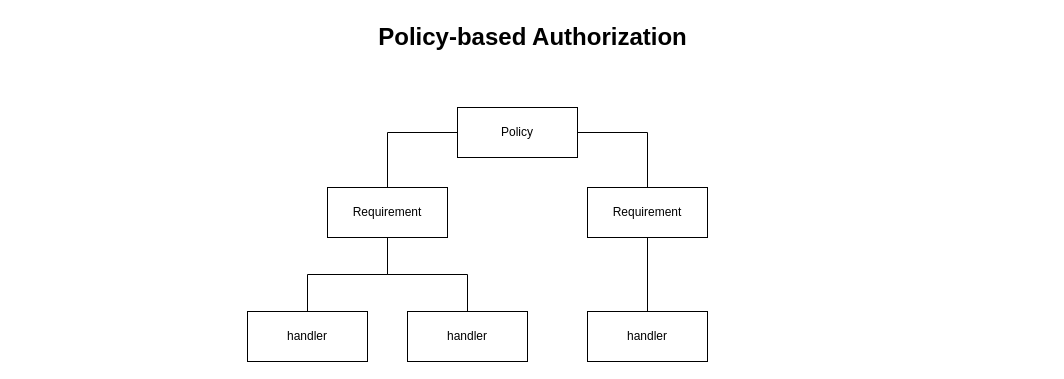
The draw.io diagram .net_core/autentificacion/diagramas/Autorizacion.net.core.V.1.0.drawio in Campusoft/knowledge_base, before the edit. Source tidied: cells renumbered, new cells numbered last; positions are measured from the earlier drawing's top-left corner, leaving out a move shared by most shapes. Both pictures are drawn from the tidied source at 100%, with x=0, y=0 at pixel (17, 17).
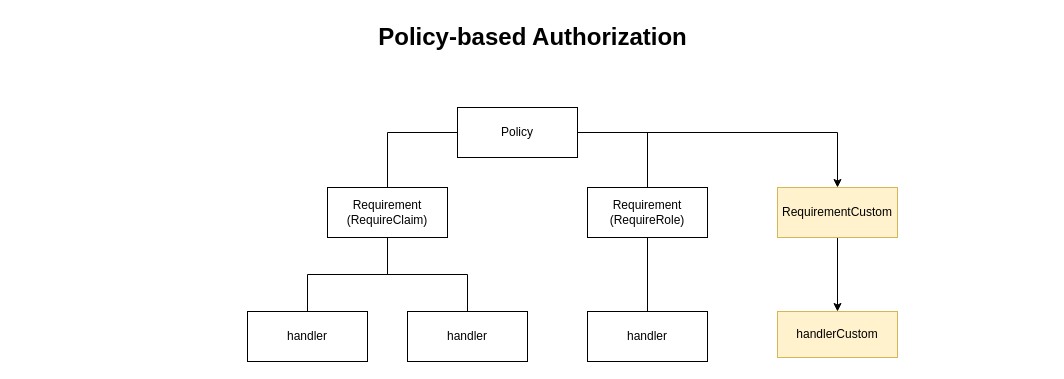
Above is the later version.

Diff of the diagram source:
```diff
@@
 <mxGraphModel>
   <root>
     <mxCell id="0" />
     <mxCell id="1" parent="0" />
     <mxCell id="2" style="edgeStyle=orthogonalEdgeStyle;rounded=0;jettySize=auto;html=1;entryX=0.5;entryY=0;entryDx=0;entryDy=0;endArrow=none;endFill=0;exitX=0;exitY=0.5;exitDx=0;exitDy=0;" parent="1" edge="1" source="4" target="6">
       <mxGeometry relative="1" as="geometry" />
     </mxCell>
     <mxCell id="3" style="edgeStyle=orthogonalEdgeStyle;rounded=0;jettySize=auto;html=1;entryX=0.5;entryY=0;entryDx=0;entryDy=0;endArrow=none;endFill=0;" parent="1" edge="1" source="4" target="8">
       <mxGeometry relative="1" as="geometry" />
     </mxCell>
+    <mxCell id="14" style="edgeStyle=orthogonalEdgeStyle;rounded=0;jettySize=auto;html=1;entryX=0.5;entryY=0;entryDx=0;entryDy=0;" parent="1" edge="1" source="4" target="16">
+      <mxGeometry relative="1" as="geometry" />
+    </mxCell>
     <mxCell id="4" value="Policy" style="rounded=0;whiteSpace=wrap;html=1;" parent="1" vertex="1">
       <mxGeometry x="440" y="90" width="120" height="50" as="geometry" />
     </mxCell>
     <mxCell id="5" style="edgeStyle=orthogonalEdgeStyle;rounded=0;jettySize=auto;html=1;entryX=0.5;entryY=0;entryDx=0;entryDy=0;endArrow=none;endFill=0;" parent="1" edge="1" source="6" target="9">
       <mxGeometry relative="1" as="geometry" />
     </mxCell>
-    <mxCell id="6" value="Requirement" style="rounded=0;whiteSpace=wrap;html=1;" parent="1" vertex="1">
+    <mxCell id="6" value="Requirement&lt;br&gt;(RequireClaim)" style="rounded=0;whiteSpace=wrap;html=1;" parent="1" vertex="1">
       <mxGeometry x="310" y="170" width="120" height="50" as="geometry" />
     </mxCell>
     <mxCell id="7" style="edgeStyle=orthogonalEdgeStyle;rounded=0;jettySize=auto;html=1;endArrow=none;endFill=0;" parent="1" edge="1" source="8" target="10">
       <mxGeometry relative="1" as="geometry" />
     </mxCell>
-    <mxCell id="8" value="Requirement" style="rounded=0;whiteSpace=wrap;html=1;" parent="1" vertex="1">
+    <mxCell id="8" value="Requirement&lt;br&gt;(RequireRole)" style="rounded=0;whiteSpace=wrap;html=1;" parent="1" vertex="1">
       <mxGeometry x="570" y="170" width="120" height="50" as="geometry" />
     </mxCell>
     <mxCell id="9" value="handler" style="rounded=0;whiteSpace=wrap;html=1;" parent="1" vertex="1">
       <mxGeometry x="230" y="294" width="120" height="50" as="geometry" />
     </mxCell>
     <mxCell id="10" value="handler" style="rounded=0;whiteSpace=wrap;html=1;" parent="1" vertex="1">
       <mxGeometry x="570" y="294" width="120" height="50" as="geometry" />
     </mxCell>
     <mxCell id="11" value="handler" style="rounded=0;whiteSpace=wrap;html=1;" parent="1" vertex="1">
       <mxGeometry x="390" y="294" width="120" height="50" as="geometry" />
     </mxCell>
     <mxCell id="12" style="edgeStyle=orthogonalEdgeStyle;rounded=0;jettySize=auto;html=1;entryX=0.5;entryY=0;entryDx=0;entryDy=0;endArrow=none;endFill=0;exitX=0.5;exitY=1;exitDx=0;exitDy=0;" parent="1" edge="1" source="6" target="11">
       <mxGeometry relative="1" as="geometry" />
     </mxCell>
     <mxCell id="13" value="Policy-based Authorization" style="text;strokeColor=none;fillColor=none;html=1;fontSize=24;fontStyle=1;verticalAlign=middle;align=center;" parent="1" vertex="1">
       <mxGeometry width="1030" height="40" as="geometry" />
     </mxCell>
+    <mxCell id="15" style="edgeStyle=orthogonalEdgeStyle;rounded=0;jettySize=auto;html=1;entryX=0.5;entryY=0;entryDx=0;entryDy=0;" parent="1" edge="1" source="16" target="17">
+      <mxGeometry relative="1" as="geometry" />
+    </mxCell>
+    <mxCell id="16" value="RequirementCustom" style="rounded=0;whiteSpace=wrap;html=1;fillColor=#fff2cc;strokeColor=#d6b656;" parent="1" vertex="1">
+      <mxGeometry x="760" y="170" width="120" height="50" as="geometry" />
+    </mxCell>
+    <mxCell id="17" value="handlerCustom" style="rounded=0;whiteSpace=wrap;html=1;fillColor=#fff2cc;strokeColor=#d6b656;" parent="1" vertex="1">
+      <mxGeometry x="760" y="294" width="120" height="46" as="geometry" />
+    </mxCell>
   </root>
 </mxGraphModel>
```
